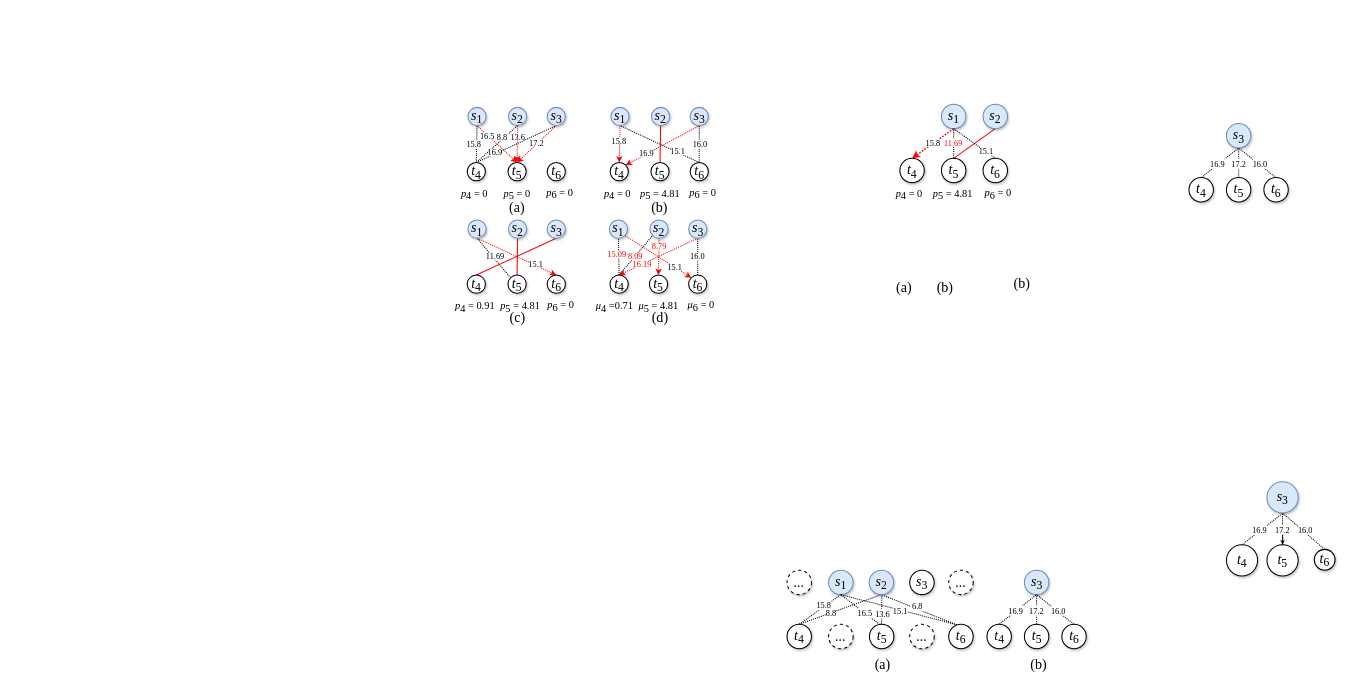
Before: page "第 2 页" (2 of 2) of 未命名绘图.drawio in Co7in-Cheung/PCN-PyTorch, a draw.io diagram. Source tidied: cells renumbered, new cells numbered last; positions are measured from the earlier drawing's top-left corner, leaving out a move shared by most shapes. Both pictures are drawn from the tidied source at 52%, with x=0, y=0 at pixel (452, 104).
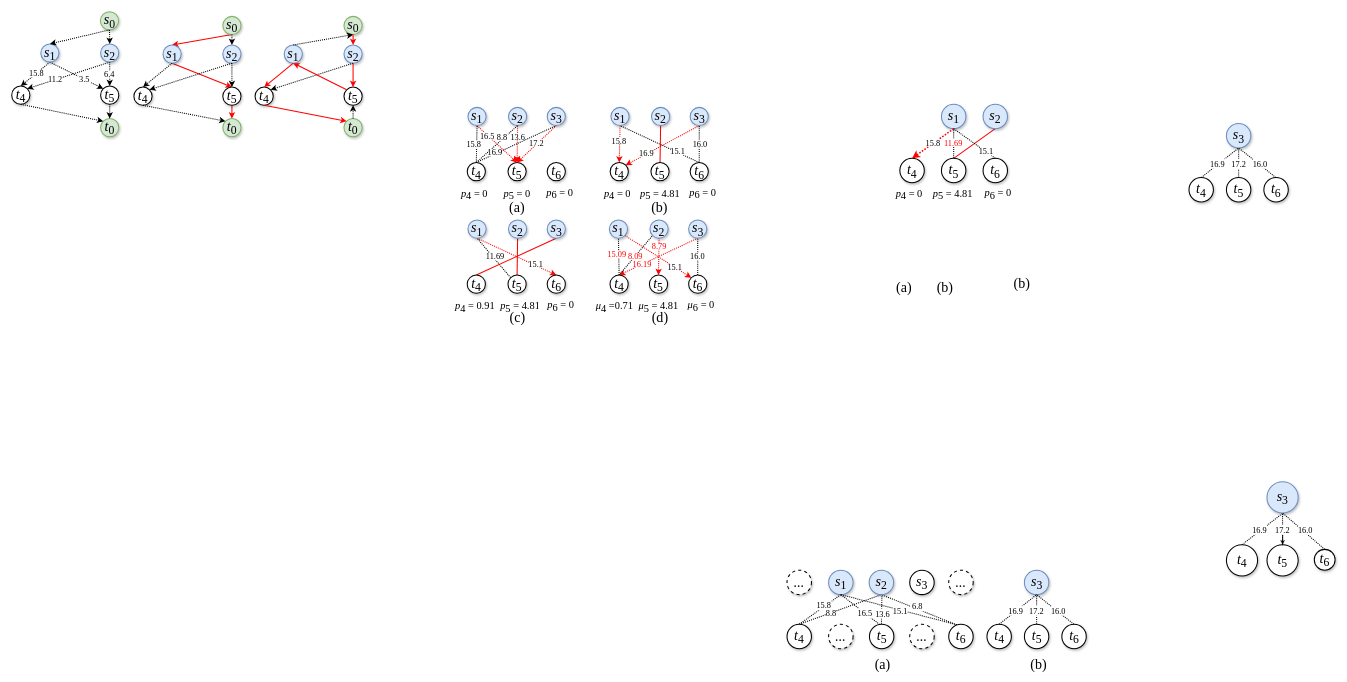
The same diagram, later.

Commit message:
更新未命名绘图.drawio

Change to the diagram source:
```diff
@@
+    <mxCell id="157" style="endArrow=classic;html=1;rounded=0;entryX=0;entryY=0;entryDx=0;entryDy=0;exitX=0.5;exitY=1;exitDx=0;exitDy=0;strokeWidth=2;strokeColor=default;dashed=1;dashPattern=1 1;" parent="1" edge="1" source="163" target="166">
+      <mxGeometry relative="1" as="geometry" />
+    </mxCell>
+    <mxCell id="158" style="endArrow=classic;html=1;rounded=0;entryX=1;entryY=0;entryDx=0;entryDy=0;exitX=0.5;exitY=1;exitDx=0;exitDy=0;strokeWidth=2;strokeColor=default;dashed=1;dashPattern=1 1;" parent="1" edge="1" source="164" target="165">
+      <mxGeometry relative="1" as="geometry" />
+    </mxCell>
+    <mxCell id="159" style="endArrow=classic;html=1;rounded=0;entryX=0.5;entryY=0;entryDx=0;entryDy=0;exitX=0.5;exitY=1;exitDx=0;exitDy=0;strokeWidth=2;strokeColor=default;dashed=1;dashPattern=1 1;" parent="1" edge="1" source="163" target="165">
+      <mxGeometry relative="1" as="geometry" />
+    </mxCell>
+    <mxCell id="160" style="endArrow=classic;html=1;rounded=0;entryX=0.5;entryY=0;entryDx=0;entryDy=0;exitX=0.5;exitY=1;exitDx=0;exitDy=0;strokeWidth=2;fillColor=#f8cecc;strokeColor=#FF0000;" parent="1" edge="1" source="174" target="170">
+      <mxGeometry relative="1" as="geometry" />
+    </mxCell>
+    <mxCell id="161" style="endArrow=classic;html=1;rounded=0;entryX=0.5;entryY=0;entryDx=0;entryDy=0;exitX=0.5;exitY=1;exitDx=0;exitDy=0;strokeWidth=2;fillColor=#f8cecc;strokeColor=#FF0000;" parent="1" edge="1" source="170" target="173">
+      <mxGeometry relative="1" as="geometry" />
+    </mxCell>
+    <mxCell id="162" style="endArrow=classic;html=1;rounded=0;entryX=0.5;entryY=0;entryDx=0;entryDy=0;exitX=0.5;exitY=1;exitDx=0;exitDy=0;strokeWidth=2;fillColor=#f8cecc;strokeColor=#FF0000;" parent="1" edge="1" source="173" target="175">
+      <mxGeometry relative="1" as="geometry" />
+    </mxCell>
@@
+    <mxCell id="163" value="&lt;font style=&quot;font-size: 27px;&quot; face=&quot;Times New Roman&quot;&gt;&lt;i&gt;s&lt;/i&gt;&lt;sub&gt;1&lt;/sub&gt;&lt;/font&gt;" style="ellipse;whiteSpace=wrap;html=1;strokeWidth=2;fillColor=#dae8fc;strokeColor=#6c8ebf;shadow=1;" parent="1" vertex="1">
+      <mxGeometry x="-791" y="-116" width="35" height="35" as="geometry" />
+    </mxCell>
+    <mxCell id="164" value="&lt;font style=&quot;font-size: 27px;&quot; face=&quot;Times New Roman&quot;&gt;&lt;i&gt;s&lt;/i&gt;&lt;sub&gt;2&lt;/sub&gt;&lt;/font&gt;" style="ellipse;whiteSpace=wrap;html=1;strokeWidth=2;fillColor=#dae8fc;strokeColor=#6c8ebf;shadow=1;" parent="1" vertex="1">
+      <mxGeometry x="-676" y="-116" width="35" height="35" as="geometry" />
+    </mxCell>
+    <mxCell id="165" value="&lt;font face=&quot;Times New Roman&quot;&gt;&lt;span style=&quot;font-size: 27px;&quot;&gt;&lt;i&gt;t&lt;/i&gt;&lt;sub style=&quot;&quot;&gt;4&lt;/sub&gt;&lt;/span&gt;&lt;/font&gt;" style="ellipse;whiteSpace=wrap;html=1;strokeWidth=2;shadow=1;" parent="1" vertex="1">
+      <mxGeometry x="-847" y="-35" width="35" height="35" as="geometry" />
+    </mxCell>
+    <mxCell id="166" value="&lt;font face=&quot;Times New Roman&quot;&gt;&lt;span style=&quot;font-size: 27px;&quot;&gt;&lt;i&gt;t&lt;/i&gt;&lt;sub style=&quot;&quot;&gt;5&lt;/sub&gt;&lt;/span&gt;&lt;/font&gt;" style="ellipse;whiteSpace=wrap;html=1;strokeWidth=2;shadow=1;" parent="1" vertex="1">
+      <mxGeometry x="-676" y="-35" width="35" height="35" as="geometry" />
+    </mxCell>
+    <mxCell id="167" value="&lt;font style=&quot;font-size: 16px;&quot; face=&quot;Times New Roman&quot;&gt;15.8&lt;/font&gt;" style="text;html=1;strokeColor=none;fillColor=#FFFFFF;align=center;verticalAlign=middle;whiteSpace=wrap;rounded=0;" parent="1" vertex="1">
+      <mxGeometry x="-812" y="-66" width="26.2" height="14" as="geometry" />
+    </mxCell>
+    <mxCell id="168" value="&lt;font style=&quot;font-size: 16px;&quot; face=&quot;Times New Roman&quot;&gt;11.2&lt;/font&gt;" style="text;html=1;strokeColor=none;fillColor=#FFFFFF;align=center;verticalAlign=middle;whiteSpace=wrap;rounded=0;" parent="1" vertex="1">
+      <mxGeometry x="-776" y="-56" width="26.2" height="14" as="geometry" />
+    </mxCell>
+    <mxCell id="169" value="&lt;font style=&quot;font-size: 16px;&quot; face=&quot;Times New Roman&quot;&gt;3.5&lt;/font&gt;" style="text;html=1;strokeColor=none;fillColor=#FFFFFF;align=center;verticalAlign=middle;whiteSpace=wrap;rounded=0;" parent="1" vertex="1">
+      <mxGeometry x="-720" y="-55" width="26.2" height="14" as="geometry" />
+    </mxCell>
+    <mxCell id="170" value="&lt;font style=&quot;font-size: 27px;&quot; face=&quot;Times New Roman&quot;&gt;&lt;i&gt;s&lt;/i&gt;&lt;sub&gt;1&lt;/sub&gt;&lt;/font&gt;" style="ellipse;whiteSpace=wrap;html=1;strokeWidth=2;fillColor=#dae8fc;strokeColor=#6c8ebf;shadow=1;" parent="1" vertex="1">
+      <mxGeometry x="-556" y="-114" width="35" height="35" as="geometry" />
+    </mxCell>
+    <mxCell id="171" value="&lt;font style=&quot;font-size: 27px;&quot; face=&quot;Times New Roman&quot;&gt;&lt;i&gt;s&lt;/i&gt;&lt;sub&gt;2&lt;/sub&gt;&lt;/font&gt;" style="ellipse;whiteSpace=wrap;html=1;strokeWidth=2;fillColor=#dae8fc;strokeColor=#6c8ebf;shadow=1;" parent="1" vertex="1">
+      <mxGeometry x="-441" y="-114" width="35" height="35" as="geometry" />
+    </mxCell>
+    <mxCell id="172" value="&lt;font face=&quot;Times New Roman&quot;&gt;&lt;span style=&quot;font-size: 27px;&quot;&gt;&lt;i&gt;t&lt;/i&gt;&lt;sub style=&quot;&quot;&gt;4&lt;/sub&gt;&lt;/span&gt;&lt;/font&gt;" style="ellipse;whiteSpace=wrap;html=1;strokeWidth=2;shadow=1;" parent="1" vertex="1">
+      <mxGeometry x="-612" y="-33" width="35" height="35" as="geometry" />
+    </mxCell>
+    <mxCell id="173" value="&lt;font face=&quot;Times New Roman&quot;&gt;&lt;span style=&quot;font-size: 27px;&quot;&gt;&lt;i&gt;t&lt;/i&gt;&lt;sub style=&quot;&quot;&gt;5&lt;/sub&gt;&lt;/span&gt;&lt;/font&gt;" style="ellipse;whiteSpace=wrap;html=1;strokeWidth=2;shadow=1;" parent="1" vertex="1">
+      <mxGeometry x="-441" y="-33" width="35" height="35" as="geometry" />
+    </mxCell>
+    <mxCell id="174" value="&lt;font face=&quot;Times New Roman&quot;&gt;&lt;span style=&quot;font-size: 27px;&quot;&gt;&lt;i&gt;s&lt;/i&gt;&lt;sub style=&quot;&quot;&gt;0&lt;/sub&gt;&lt;/span&gt;&lt;/font&gt;" style="ellipse;whiteSpace=wrap;html=1;strokeWidth=2;shadow=1;fillColor=#d5e8d4;strokeColor=#82b366;" parent="1" vertex="1">
+      <mxGeometry x="-441" y="-169" width="35" height="35" as="geometry" />
+    </mxCell>
+    <mxCell id="175" value="&lt;font face=&quot;Times New Roman&quot;&gt;&lt;span style=&quot;font-size: 27px;&quot;&gt;&lt;i&gt;t&lt;/i&gt;&lt;sub style=&quot;&quot;&gt;0&lt;/sub&gt;&lt;/span&gt;&lt;/font&gt;" style="ellipse;whiteSpace=wrap;html=1;strokeWidth=2;shadow=1;fillColor=#d5e8d4;strokeColor=#82b366;" parent="1" vertex="1">
+      <mxGeometry x="-441" y="27.5" width="35" height="35" as="geometry" />
+    </mxCell>
+    <mxCell id="176" value="&lt;font style=&quot;font-size: 27px;&quot; face=&quot;Times New Roman&quot;&gt;&lt;i&gt;s&lt;/i&gt;&lt;sub&gt;1&lt;/sub&gt;&lt;/font&gt;" style="ellipse;whiteSpace=wrap;html=1;strokeWidth=2;fillColor=#dae8fc;strokeColor=#6c8ebf;shadow=1;" parent="1" vertex="1">
+      <mxGeometry x="-323" y="-114" width="35" height="35" as="geometry" />
+    </mxCell>
+    <mxCell id="177" value="&lt;font style=&quot;font-size: 27px;&quot; face=&quot;Times New Roman&quot;&gt;&lt;i&gt;s&lt;/i&gt;&lt;sub&gt;2&lt;/sub&gt;&lt;/font&gt;" style="ellipse;whiteSpace=wrap;html=1;strokeWidth=2;fillColor=#dae8fc;strokeColor=#6c8ebf;shadow=1;" parent="1" vertex="1">
+      <mxGeometry x="-208" y="-114" width="35" height="35" as="geometry" />
+    </mxCell>
+    <mxCell id="178" value="&lt;font face=&quot;Times New Roman&quot;&gt;&lt;span style=&quot;font-size: 27px;&quot;&gt;&lt;i&gt;t&lt;/i&gt;&lt;sub style=&quot;&quot;&gt;4&lt;/sub&gt;&lt;/span&gt;&lt;/font&gt;" style="ellipse;whiteSpace=wrap;html=1;strokeWidth=2;shadow=1;" parent="1" vertex="1">
+      <mxGeometry x="-379" y="-33" width="35" height="35" as="geometry" />
+    </mxCell>
+    <mxCell id="179" value="&lt;font face=&quot;Times New Roman&quot;&gt;&lt;span style=&quot;font-size: 27px;&quot;&gt;&lt;i&gt;t&lt;/i&gt;&lt;sub style=&quot;&quot;&gt;5&lt;/sub&gt;&lt;/span&gt;&lt;/font&gt;" style="ellipse;whiteSpace=wrap;html=1;strokeWidth=2;shadow=1;" parent="1" vertex="1">
+      <mxGeometry x="-208" y="-33" width="35" height="35" as="geometry" />
+    </mxCell>
+    <mxCell id="180" value="&lt;font face=&quot;Times New Roman&quot;&gt;&lt;span style=&quot;font-size: 27px;&quot;&gt;&lt;i&gt;s&lt;/i&gt;&lt;sub style=&quot;&quot;&gt;0&lt;/sub&gt;&lt;/span&gt;&lt;/font&gt;" style="ellipse;whiteSpace=wrap;html=1;strokeWidth=2;shadow=1;fillColor=#d5e8d4;strokeColor=#82b366;" parent="1" vertex="1">
+      <mxGeometry x="-208" y="-169" width="35" height="35" as="geometry" />
+    </mxCell>
+    <mxCell id="181" value="&lt;font face=&quot;Times New Roman&quot;&gt;&lt;span style=&quot;font-size: 27px;&quot;&gt;&lt;i&gt;t&lt;/i&gt;&lt;sub style=&quot;&quot;&gt;0&lt;/sub&gt;&lt;/span&gt;&lt;/font&gt;" style="ellipse;whiteSpace=wrap;html=1;strokeWidth=2;shadow=1;fillColor=#d5e8d4;strokeColor=#82b366;" parent="1" vertex="1">
+      <mxGeometry x="-208" y="27.5" width="35" height="35" as="geometry" />
+    </mxCell>
+    <mxCell id="182" value="&lt;font face=&quot;Times New Roman&quot;&gt;&lt;span style=&quot;font-size: 27px;&quot;&gt;&lt;i&gt;s&lt;/i&gt;&lt;sub style=&quot;&quot;&gt;0&lt;/sub&gt;&lt;/span&gt;&lt;/font&gt;" style="ellipse;whiteSpace=wrap;html=1;strokeWidth=2;shadow=1;fillColor=#d5e8d4;strokeColor=#82b366;" parent="1" vertex="1">
+      <mxGeometry x="-676.4" y="-178" width="35" height="35" as="geometry" />
+    </mxCell>
+    <mxCell id="183" value="&lt;font face=&quot;Times New Roman&quot;&gt;&lt;span style=&quot;font-size: 27px;&quot;&gt;&lt;i&gt;t&lt;/i&gt;&lt;sub style=&quot;&quot;&gt;0&lt;/sub&gt;&lt;/span&gt;&lt;/font&gt;" style="ellipse;whiteSpace=wrap;html=1;strokeWidth=2;shadow=1;fillColor=#d5e8d4;strokeColor=#82b366;" parent="1" vertex="1">
+      <mxGeometry x="-676" y="27.5" width="35" height="35" as="geometry" />
+    </mxCell>
+    <mxCell id="184" style="endArrow=classic;html=1;rounded=0;entryX=0.5;entryY=0;entryDx=0;entryDy=0;exitX=0.5;exitY=1;exitDx=0;exitDy=0;strokeWidth=2;strokeColor=default;dashed=1;dashPattern=1 1;" parent="1" edge="1" source="164" target="166">
+      <mxGeometry relative="1" as="geometry" />
+    </mxCell>
+    <mxCell id="185" value="&lt;font style=&quot;font-size: 16px;&quot; face=&quot;Times New Roman&quot;&gt;6.4&lt;/font&gt;" style="text;html=1;strokeColor=none;fillColor=#FFFFFF;align=center;verticalAlign=middle;whiteSpace=wrap;rounded=0;" parent="1" vertex="1">
+      <mxGeometry x="-672" y="-65" width="26.2" height="14" as="geometry" />
+    </mxCell>
+    <mxCell id="186" style="endArrow=classic;html=1;rounded=0;entryX=0;entryY=0;entryDx=0;entryDy=0;exitX=0.5;exitY=1;exitDx=0;exitDy=0;strokeWidth=2;strokeColor=default;dashed=1;dashPattern=1 1;" parent="1" edge="1" source="165" target="183">
+      <mxGeometry relative="1" as="geometry" />
+    </mxCell>
+    <mxCell id="187" style="endArrow=classic;html=1;rounded=0;entryX=0.5;entryY=0;entryDx=0;entryDy=0;exitX=0.5;exitY=1;exitDx=0;exitDy=0;strokeWidth=2;strokeColor=default;dashed=1;dashPattern=1 1;" parent="1" edge="1" source="166" target="183">
+      <mxGeometry relative="1" as="geometry" />
+    </mxCell>
+    <mxCell id="188" style="endArrow=classic;html=1;rounded=0;entryX=0.5;entryY=0;entryDx=0;entryDy=0;exitX=0.5;exitY=1;exitDx=0;exitDy=0;strokeWidth=2;strokeColor=default;dashed=1;dashPattern=1 1;" parent="1" edge="1" source="182" target="163">
+      <mxGeometry relative="1" as="geometry" />
+    </mxCell>
+    <mxCell id="189" style="endArrow=classic;html=1;rounded=0;exitX=0.5;exitY=1;exitDx=0;exitDy=0;strokeWidth=2;strokeColor=default;dashed=1;dashPattern=1 1;" parent="1" edge="1" source="182" target="164">
+      <mxGeometry relative="1" as="geometry" />
+    </mxCell>
+    <mxCell id="190" style="endArrow=classic;html=1;rounded=0;entryX=0;entryY=0;entryDx=0;entryDy=0;exitX=0.5;exitY=1;exitDx=0;exitDy=0;strokeWidth=2;strokeColor=default;dashed=1;dashPattern=1 1;" parent="1" edge="1" source="172" target="175">
+      <mxGeometry relative="1" as="geometry" />
+    </mxCell>
+    <mxCell id="191" style="endArrow=classic;html=1;rounded=0;entryX=0.5;entryY=0;entryDx=0;entryDy=0;exitX=0.5;exitY=1;exitDx=0;exitDy=0;strokeWidth=2;strokeColor=default;dashed=1;dashPattern=1 1;" parent="1" edge="1" source="170" target="172">
+      <mxGeometry relative="1" as="geometry" />
+    </mxCell>
+    <mxCell id="192" style="endArrow=classic;html=1;rounded=0;entryX=1;entryY=0;entryDx=0;entryDy=0;exitX=0.5;exitY=1;exitDx=0;exitDy=0;strokeWidth=2;strokeColor=default;dashed=1;dashPattern=1 1;" parent="1" edge="1" source="171" target="172">
+      <mxGeometry relative="1" as="geometry" />
+    </mxCell>
+    <mxCell id="193" style="endArrow=classic;html=1;rounded=0;entryX=0.5;entryY=0;entryDx=0;entryDy=0;exitX=0.5;exitY=1;exitDx=0;exitDy=0;strokeWidth=2;strokeColor=default;dashed=1;dashPattern=1 1;" parent="1" edge="1" source="171" target="173">
+      <mxGeometry relative="1" as="geometry" />
+    </mxCell>
+    <mxCell id="194" style="endArrow=classic;html=1;rounded=0;exitX=0.5;exitY=1;exitDx=0;exitDy=0;strokeWidth=2;strokeColor=default;dashed=1;dashPattern=1 1;" parent="1" edge="1" source="174" target="171">
+      <mxGeometry relative="1" as="geometry" />
+    </mxCell>
+    <mxCell id="195" style="endArrow=classic;html=1;rounded=0;entryX=0.5;entryY=1;entryDx=0;entryDy=0;exitX=0.5;exitY=0;exitDx=0;exitDy=0;strokeWidth=2;strokeColor=default;dashed=1;dashPattern=1 1;" parent="1" edge="1" source="176" target="180">
+      <mxGeometry relative="1" as="geometry" />
+    </mxCell>
+    <mxCell id="196" style="endArrow=classic;html=1;rounded=0;exitX=0.5;exitY=1;exitDx=0;exitDy=0;strokeWidth=2;strokeColor=default;dashed=1;dashPattern=1 1;entryX=1;entryY=0;entryDx=0;entryDy=0;" parent="1" edge="1" source="177" target="178">
+      <mxGeometry relative="1" as="geometry" />
+    </mxCell>
+    <mxCell id="197" style="endArrow=classic;html=1;rounded=0;exitX=0.5;exitY=0;exitDx=0;exitDy=0;strokeWidth=2;strokeColor=default;dashed=1;dashPattern=1 1;entryX=0.5;entryY=1;entryDx=0;entryDy=0;" parent="1" edge="1" source="181" target="179">
+      <mxGeometry relative="1" as="geometry" />
+    </mxCell>
+    <mxCell id="198" style="endArrow=classic;html=1;rounded=0;entryX=0.5;entryY=0;entryDx=0;entryDy=0;exitX=0.5;exitY=1;exitDx=0;exitDy=0;strokeWidth=2;fillColor=#f8cecc;strokeColor=#FF0000;" parent="1" edge="1" source="180" target="177">
+      <mxGeometry relative="1" as="geometry" />
+    </mxCell>
+    <mxCell id="199" style="endArrow=classic;html=1;rounded=0;entryX=0.5;entryY=1;entryDx=0;entryDy=0;exitX=0;exitY=0;exitDx=0;exitDy=0;strokeWidth=2;fillColor=#f8cecc;strokeColor=#FF0000;" parent="1" edge="1" source="179" target="176">
+      <mxGeometry relative="1" as="geometry" />
+    </mxCell>
+    <mxCell id="200" style="endArrow=classic;html=1;rounded=0;entryX=0.5;entryY=0;entryDx=0;entryDy=0;exitX=0.5;exitY=1;exitDx=0;exitDy=0;strokeWidth=2;fillColor=#f8cecc;strokeColor=#FF0000;" parent="1" edge="1" source="176" target="178">
+      <mxGeometry relative="1" as="geometry" />
+    </mxCell>
+    <mxCell id="201" style="endArrow=classic;html=1;rounded=0;entryX=0.5;entryY=0;entryDx=0;entryDy=0;exitX=0.5;exitY=1;exitDx=0;exitDy=0;strokeWidth=2;fillColor=#f8cecc;strokeColor=#FF0000;" parent="1" edge="1" source="177" target="179">
+      <mxGeometry relative="1" as="geometry" />
+    </mxCell>
+    <mxCell id="202" style="endArrow=classic;html=1;rounded=0;entryX=0;entryY=0;entryDx=0;entryDy=0;exitX=0.5;exitY=1;exitDx=0;exitDy=0;strokeWidth=2;fillColor=#f8cecc;strokeColor=#FF0000;" parent="1" edge="1" source="178" target="181">
+      <mxGeometry relative="1" as="geometry" />
+    </mxCell>
```
